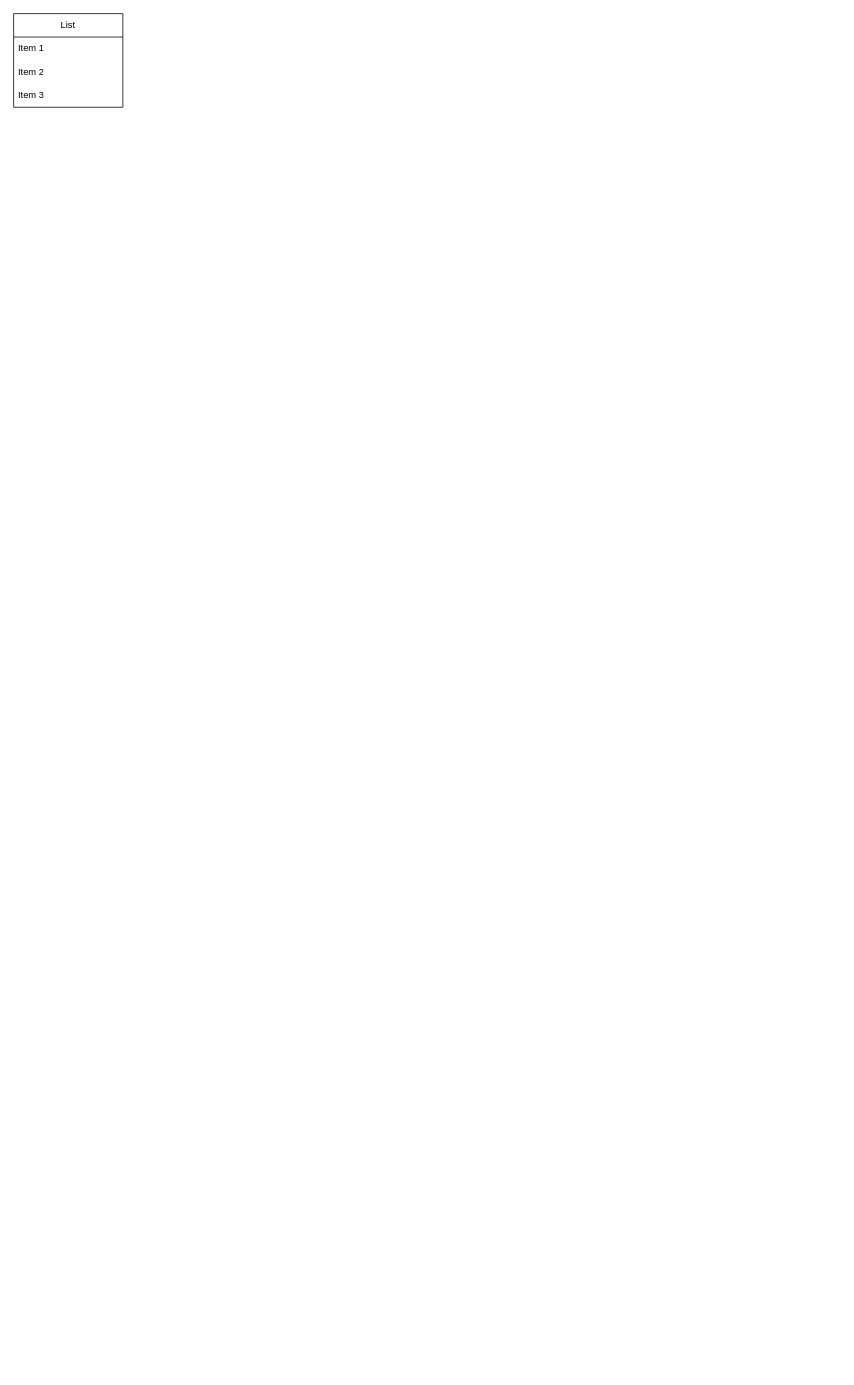
Above: JavaRiceUML.drawio in TLEV6500/CSIT228-F2_Capstone_JavaRice (draw.io), before the change. Source tidied: cells renumbered, new cells numbered last; positions are measured from the earlier drawing's top-left corner, leaving out a move shared by most shapes. Both pictures are drawn from the tidied source at 78%, with x=0, y=0 at pixel (13, 13).
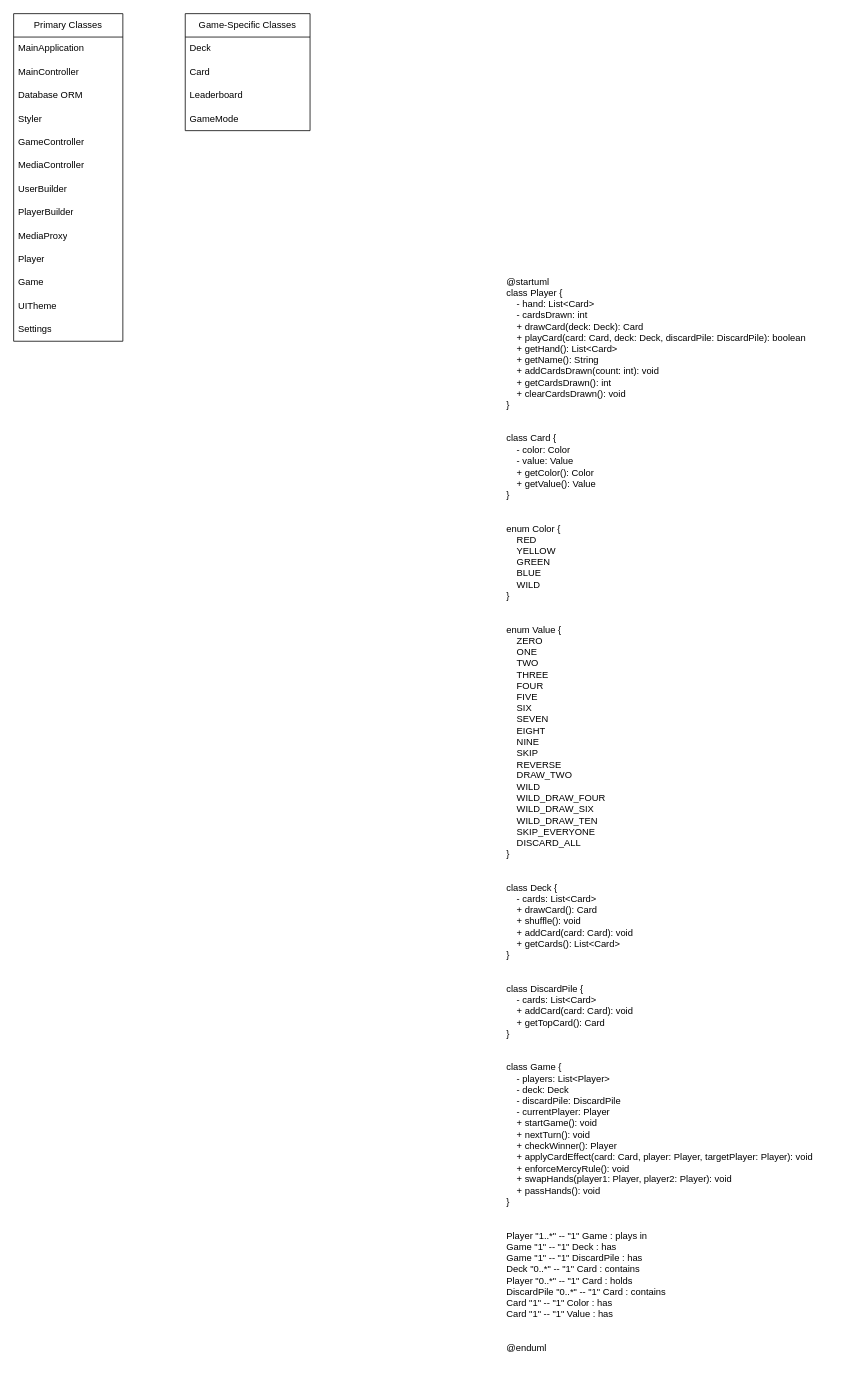
The same page after the edit.

Diff of the diagram source:
```diff
@@
-    <mxCell id="2" value="List" style="swimlane;fontStyle=0;horizontal=1;startSize=30;whiteSpace=wrap;html=1;" parent="1" vertex="1">
-      <mxGeometry width="140" height="120" as="geometry" />
+    <mxCell id="2" value="Primary Classes" style="swimlane;fontStyle=0;horizontal=1;startSize=30;whiteSpace=wrap;html=1;" parent="1" vertex="1">
+      <mxGeometry width="140" height="420" as="geometry" />
     </mxCell>
-    <mxCell id="3" value="Item 1" style="text;strokeColor=none;fillColor=none;align=left;verticalAlign=middle;spacingLeft=4;spacingRight=4;overflow=hidden;whiteSpace=wrap;html=1;" parent="2" vertex="1">
+    <mxCell id="3" value="MainApplication" style="text;strokeColor=none;fillColor=none;align=left;verticalAlign=middle;spacingLeft=4;spacingRight=4;overflow=hidden;whiteSpace=wrap;html=1;" parent="2" vertex="1">
       <mxGeometry y="30" width="140" height="30" as="geometry" />
     </mxCell>
-    <mxCell id="4" value="Item 2" style="text;strokeColor=none;fillColor=none;align=left;verticalAlign=middle;spacingLeft=4;spacingRight=4;overflow=hidden;whiteSpace=wrap;html=1;" parent="2" vertex="1">
+    <mxCell id="4" value="MainController" style="text;strokeColor=none;fillColor=none;align=left;verticalAlign=middle;spacingLeft=4;spacingRight=4;overflow=hidden;whiteSpace=wrap;html=1;" parent="2" vertex="1">
       <mxGeometry y="60" width="140" height="30" as="geometry" />
     </mxCell>
-    <mxCell id="5" value="Item 3" style="text;strokeColor=none;fillColor=none;align=left;verticalAlign=middle;spacingLeft=4;spacingRight=4;overflow=hidden;whiteSpace=wrap;html=1;" parent="2" vertex="1">
+    <mxCell id="5" value="Database ORM" style="text;strokeColor=none;fillColor=none;align=left;verticalAlign=middle;spacingLeft=4;spacingRight=4;overflow=hidden;whiteSpace=wrap;html=1;" parent="2" vertex="1">
       <mxGeometry y="90" width="140" height="30" as="geometry" />
     </mxCell>
+    <mxCell id="6" value="Styler" style="text;strokeColor=none;fillColor=none;align=left;verticalAlign=middle;spacingLeft=4;spacingRight=4;overflow=hidden;whiteSpace=wrap;html=1;" parent="2" vertex="1">
+      <mxGeometry y="120" width="140" height="30" as="geometry" />
+    </mxCell>
+    <mxCell id="7" value="GameController" style="text;strokeColor=none;fillColor=none;align=left;verticalAlign=middle;spacingLeft=4;spacingRight=4;overflow=hidden;whiteSpace=wrap;html=1;" parent="2" vertex="1">
+      <mxGeometry y="150" width="140" height="30" as="geometry" />
+    </mxCell>
+    <mxCell id="8" value="MediaController" style="text;strokeColor=none;fillColor=none;align=left;verticalAlign=middle;spacingLeft=4;spacingRight=4;overflow=hidden;whiteSpace=wrap;html=1;" parent="2" vertex="1">
+      <mxGeometry y="180" width="140" height="30" as="geometry" />
+    </mxCell>
+    <mxCell id="9" value="UserBuilder" style="text;strokeColor=none;fillColor=none;align=left;verticalAlign=middle;spacingLeft=4;spacingRight=4;overflow=hidden;whiteSpace=wrap;html=1;" parent="2" vertex="1">
+      <mxGeometry y="210" width="140" height="30" as="geometry" />
+    </mxCell>
+    <mxCell id="10" value="PlayerBuilder" style="text;strokeColor=none;fillColor=none;align=left;verticalAlign=middle;spacingLeft=4;spacingRight=4;overflow=hidden;whiteSpace=wrap;html=1;" parent="2" vertex="1">
+      <mxGeometry y="240" width="140" height="30" as="geometry" />
+    </mxCell>
+    <mxCell id="11" value="MediaProxy" style="text;strokeColor=none;fillColor=none;align=left;verticalAlign=middle;spacingLeft=4;spacingRight=4;overflow=hidden;whiteSpace=wrap;html=1;" parent="2" vertex="1">
+      <mxGeometry y="270" width="140" height="30" as="geometry" />
+    </mxCell>
+    <mxCell id="12" value="Player" style="text;strokeColor=none;fillColor=none;align=left;verticalAlign=middle;spacingLeft=4;spacingRight=4;overflow=hidden;whiteSpace=wrap;html=1;" parent="2" vertex="1">
+      <mxGeometry y="300" width="140" height="30" as="geometry" />
+    </mxCell>
+    <mxCell id="13" value="Game" style="text;strokeColor=none;fillColor=none;align=left;verticalAlign=middle;spacingLeft=4;spacingRight=4;overflow=hidden;whiteSpace=wrap;html=1;" parent="2" vertex="1">
+      <mxGeometry y="330" width="140" height="30" as="geometry" />
+    </mxCell>
+    <mxCell id="14" value="UITheme" style="text;strokeColor=none;fillColor=none;align=left;verticalAlign=middle;spacingLeft=4;spacingRight=4;overflow=hidden;whiteSpace=wrap;html=1;" parent="2" vertex="1">
+      <mxGeometry y="360" width="140" height="30" as="geometry" />
+    </mxCell>
+    <mxCell id="15" value="Settings" style="text;strokeColor=none;fillColor=none;align=left;verticalAlign=middle;spacingLeft=4;spacingRight=4;overflow=hidden;whiteSpace=wrap;html=1;" parent="2" vertex="1">
+      <mxGeometry y="390" width="140" height="30" as="geometry" />
+    </mxCell>
+    <mxCell id="16" value="Game-Specific Classes" style="swimlane;fontStyle=0;horizontal=1;startSize=30;whiteSpace=wrap;html=1;" parent="1" vertex="1">
+      <mxGeometry x="220" width="160" height="150" as="geometry" />
+    </mxCell>
+    <mxCell id="17" value="Deck" style="text;strokeColor=none;fillColor=none;align=left;verticalAlign=middle;spacingLeft=4;spacingRight=4;overflow=hidden;whiteSpace=wrap;html=1;" parent="16" vertex="1">
+      <mxGeometry y="30" width="160" height="30" as="geometry" />
+    </mxCell>
+    <mxCell id="18" value="Card" style="text;strokeColor=none;fillColor=none;align=left;verticalAlign=middle;spacingLeft=4;spacingRight=4;overflow=hidden;whiteSpace=wrap;html=1;" parent="16" vertex="1">
+      <mxGeometry y="60" width="160" height="30" as="geometry" />
+    </mxCell>
+    <mxCell id="19" value="Leaderboard" style="text;strokeColor=none;fillColor=none;align=left;verticalAlign=middle;spacingLeft=4;spacingRight=4;overflow=hidden;whiteSpace=wrap;html=1;" parent="16" vertex="1">
+      <mxGeometry y="90" width="160" height="30" as="geometry" />
+    </mxCell>
+    <mxCell id="20" value="GameMode" style="text;strokeColor=none;fillColor=none;align=left;verticalAlign=middle;spacingLeft=4;spacingRight=4;overflow=hidden;whiteSpace=wrap;html=1;" parent="16" vertex="1">
+      <mxGeometry y="120" width="160" height="30" as="geometry" />
+    </mxCell>
+    <mxCell id="21" value="@startuml&#10;class Player {&#10;    - hand: List&lt;Card&gt;&#10;    - cardsDrawn: int&#10;    + drawCard(deck: Deck): Card&#10;    + playCard(card: Card, deck: Deck, discardPile: DiscardPile): boolean&#10;    + getHand(): List&lt;Card&gt;&#10;    + getName(): String&#10;    + addCardsDrawn(count: int): void&#10;    + getCardsDrawn(): int&#10;    + clearCardsDrawn(): void&#10;}&#10;&#10;&#10;class Card {&#10;    - color: Color&#10;    - value: Value&#10;    + getColor(): Color&#10;    + getValue(): Value&#10;}&#10;&#10;&#10;enum Color {&#10;    RED&#10;    YELLOW&#10;    GREEN&#10;    BLUE&#10;    WILD&#10;}&#10;&#10;&#10;enum Value {&#10;    ZERO&#10;    ONE&#10;    TWO&#10;    THREE&#10;    FOUR&#10;    FIVE&#10;    SIX&#10;    SEVEN&#10;    EIGHT&#10;    NINE&#10;    SKIP&#10;    REVERSE&#10;    DRAW_TWO&#10;    WILD&#10;    WILD_DRAW_FOUR&#10;    WILD_DRAW_SIX&#10;    WILD_DRAW_TEN&#10;    SKIP_EVERYONE&#10;    DISCARD_ALL&#10;}&#10;&#10;&#10;class Deck {&#10;    - cards: List&lt;Card&gt;&#10;    + drawCard(): Card&#10;    + shuffle(): void&#10;    + addCard(card: Card): void&#10;    + getCards(): List&lt;Card&gt;&#10;}&#10;&#10;&#10;class DiscardPile {&#10;    - cards: List&lt;Card&gt;&#10;    + addCard(card: Card): void&#10;    + getTopCard(): Card&#10;}&#10;&#10;&#10;class Game {&#10;    - players: List&lt;Player&gt;&#10;    - deck: Deck&#10;    - discardPile: DiscardPile&#10;    - currentPlayer: Player&#10;    + startGame(): void&#10;    + nextTurn(): void&#10;    + checkWinner(): Player&#10;    + applyCardEffect(card: Card, player: Player, targetPlayer: Player): void&#10;    + enforceMercyRule(): void&#10;    + swapHands(player1: Player, player2: Player): void&#10;    + passHands(): void&#10;}&#10;&#10;&#10;Player &quot;1..*&quot; -- &quot;1&quot; Game : plays in&#10;Game &quot;1&quot; -- &quot;1&quot; Deck : has&#10;Game &quot;1&quot; -- &quot;1&quot; DiscardPile : has&#10;Deck &quot;0..*&quot; -- &quot;1&quot; Card : contains&#10;Player &quot;0..*&quot; -- &quot;1&quot; Card : holds&#10;DiscardPile &quot;0..*&quot; -- &quot;1&quot; Card : contains&#10;Card &quot;1&quot; -- &quot;1&quot; Color : has&#10;Card &quot;1&quot; -- &quot;1&quot; Value : has&#10;&#10;&#10;@enduml" style="text;whiteSpace=wrap;" parent="1" vertex="1">
+      <mxGeometry x="630" y="330" width="430" height="1410" as="geometry" />
+    </mxCell>
```
